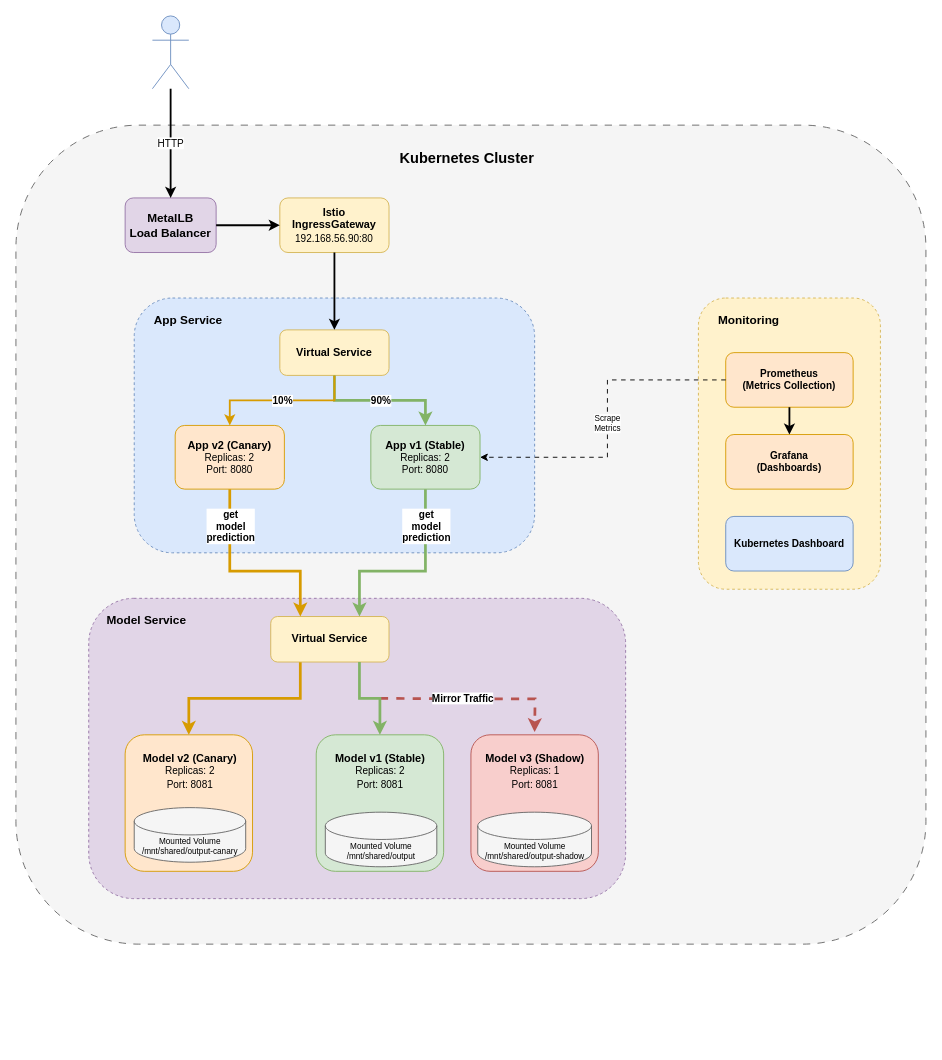
doda25-team15/operation keeps this draw.io diagram as docs/attachments/deployment-architecture.drawio. Above is the earlier version. Source tidied: cells renumbered, new cells numbered last; positions are measured from the earlier drawing's top-left corner, leaving out a move shared by most shapes. Both pictures are drawn from the tidied source at 91%, with x=0, y=0 at pixel (15, 15).
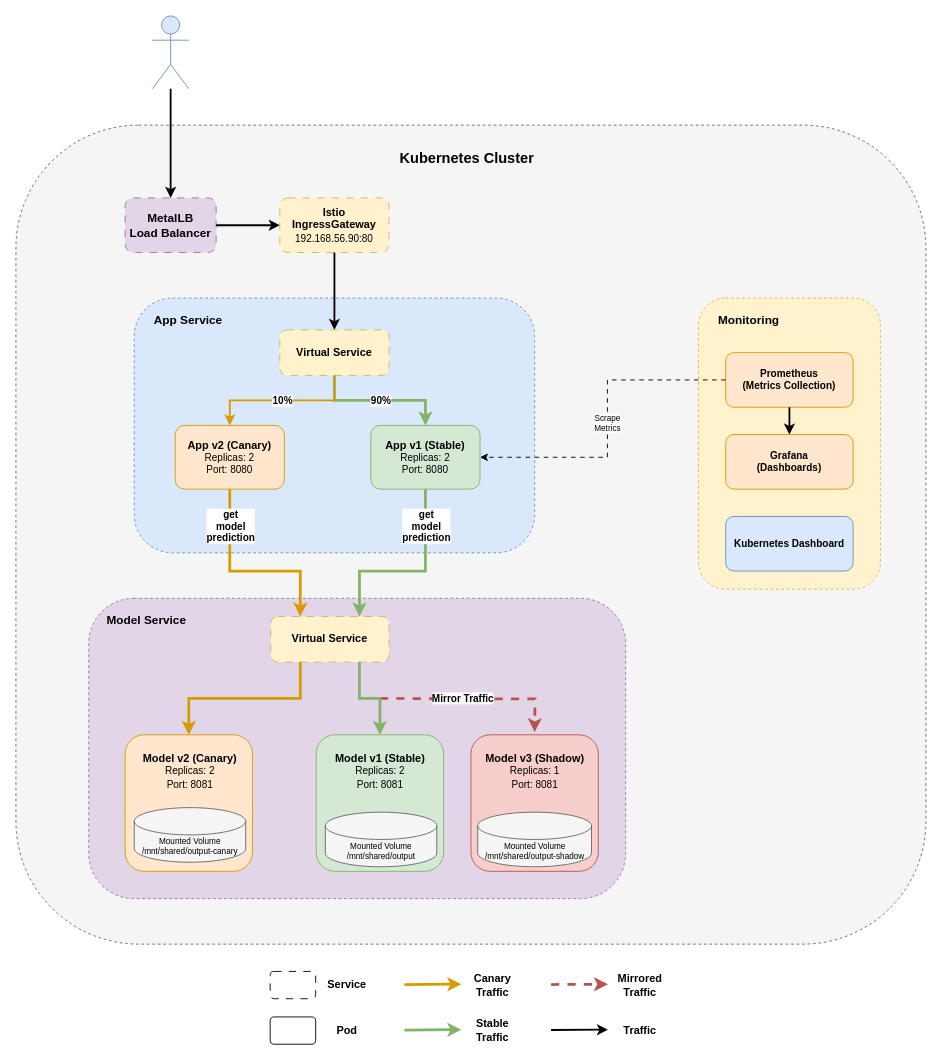
Above is the later version.

Unchanged cells that the change refers to:
```xml
<mxCell id="4" style="shape=umlActor;verticalLabelPosition=bottom;verticalAlign=top;html=1;outlineConnect=0;fillColor=#dae8fc;strokeColor=#6c8ebf;" parent="1" vertex="1">
  <mxGeometry x="150" width="40" height="80" as="geometry" />
</mxCell>
```

Diff of the diagram source:
```diff
@@
-    <mxCell id="2" style="rounded=1;whiteSpace=wrap;html=1;fillColor=#f5f5f5;strokeColor=#666666;verticalAlign=top;fontStyle=1;fontSize=14;dashed=1;dashPattern=8 8;" parent="1" vertex="1">
+    <mxCell id="2" style="rounded=1;whiteSpace=wrap;html=1;fillColor=#f5f5f5;strokeColor=#666666;verticalAlign=top;fontStyle=1;fontSize=14;dashed=1;" parent="1" vertex="1">
       <mxGeometry y="120" width="1000" height="900" as="geometry" />
     </mxCell>
@@
-    <mxCell id="5" value="Istio IngressGateway&lt;br&gt;&lt;span style=&quot;font-weight: 400; text-align: left;&quot;&gt;&lt;font style=&quot;font-size: 11px;&quot;&gt;192.168.56.90:80&lt;/font&gt;&lt;/span&gt;" style="rounded=1;whiteSpace=wrap;html=1;fillColor=#fff2cc;strokeColor=#d6b656;fontSize=12;fontStyle=1;" parent="1" vertex="1">
+    <mxCell id="5" value="Istio IngressGateway&lt;br&gt;&lt;span style=&quot;font-weight: 400; text-align: left;&quot;&gt;&lt;font style=&quot;font-size: 11px;&quot;&gt;192.168.56.90:80&lt;/font&gt;&lt;/span&gt;" style="rounded=1;whiteSpace=wrap;html=1;fillColor=#fff2cc;strokeColor=#d6b656;fontSize=12;fontStyle=1;dashed=1;dashPattern=8 8;" parent="1" vertex="1">
       <mxGeometry x="290" y="200" width="120" height="60" as="geometry" />
     </mxCell>
-    <mxCell id="6" value="&lt;font style=&quot;font-size: 13px;&quot;&gt;&lt;b&gt;MetalLB&lt;br&gt;Load Balancer&lt;/b&gt;&lt;/font&gt;" style="rounded=1;whiteSpace=wrap;html=1;fillColor=#e1d5e7;strokeColor=#9673a6;fontSize=11;" parent="1" vertex="1">
+    <mxCell id="6" value="&lt;font style=&quot;font-size: 13px;&quot;&gt;&lt;b&gt;MetalLB&lt;br&gt;Load Balancer&lt;/b&gt;&lt;/font&gt;" style="rounded=1;whiteSpace=wrap;html=1;fillColor=#e1d5e7;strokeColor=#9673a6;fontSize=11;dashed=1;dashPattern=8 8;" parent="1" vertex="1">
       <mxGeometry x="120" y="200" width="100" height="60" as="geometry" />
     </mxCell>
-    <mxCell id="7" value="HTTP" style="edgeStyle=orthogonalEdgeStyle;rounded=0;jettySize=auto;html=1;entryX=0.5;entryY=0;entryDx=0;entryDy=0;strokeWidth=2;fontSize=11;" parent="1" edge="1" source="4" target="6">
-      <mxGeometry relative="1" as="geometry" />
+    <mxCell id="7" style="edgeStyle=orthogonalEdgeStyle;rounded=0;jettySize=auto;html=1;entryX=0.5;entryY=0;entryDx=0;entryDy=0;strokeWidth=2;fontSize=11;" parent="1" edge="1" source="4" target="6">
+      <mxGeometry y="10" relative="1" as="geometry" />
     </mxCell>
@@
-    <mxCell id="11" value="&lt;b&gt;&lt;font style=&quot;font-size: 12px;&quot;&gt;Virtual Service&lt;/font&gt;&lt;/b&gt;" style="rounded=1;whiteSpace=wrap;html=1;fillColor=#fff2cc;strokeColor=#d6b656;fontSize=11;" parent="1" vertex="1">
+    <mxCell id="11" value="&lt;b&gt;&lt;font style=&quot;font-size: 12px;&quot;&gt;Virtual Service&lt;/font&gt;&lt;/b&gt;" style="rounded=1;whiteSpace=wrap;html=1;fillColor=#fff2cc;strokeColor=#d6b656;fontSize=11;dashed=1;dashPattern=8 8;" parent="1" vertex="1">
       <mxGeometry x="290" y="345" width="120" height="50" as="geometry" />
     </mxCell>
@@
-    <mxCell id="21" value="&lt;b&gt;&lt;font style=&quot;font-size: 12px;&quot;&gt;Virtual Service&lt;/font&gt;&lt;/b&gt;" style="rounded=1;whiteSpace=wrap;html=1;fillColor=#fff2cc;strokeColor=#d6b656;fontSize=11;" parent="1" vertex="1">
+    <mxCell id="21" value="&lt;b&gt;&lt;font style=&quot;font-size: 12px;&quot;&gt;Virtual Service&lt;/font&gt;&lt;/b&gt;" style="rounded=1;whiteSpace=wrap;html=1;fillColor=#fff2cc;strokeColor=#d6b656;fontSize=11;dashed=1;dashPattern=8 8;" parent="1" vertex="1">
       <mxGeometry x="280" y="660" width="130" height="50" as="geometry" />
     </mxCell>
@@
+    <mxCell id="44" style="rounded=1;whiteSpace=wrap;html=1;fontSize=11;dashed=1;dashPattern=8 8;" parent="1" vertex="1">
+      <mxGeometry x="279.4" y="1050" width="50" height="30" as="geometry" />
+    </mxCell>
+    <mxCell id="45" value="&lt;b&gt;Service&lt;/b&gt;" style="text;html=1;align=center;verticalAlign=middle;whiteSpace=wrap;rounded=0;" parent="1" vertex="1">
+      <mxGeometry x="329.4" y="1050" width="70" height="30" as="geometry" />
+    </mxCell>
+    <mxCell id="46" style="rounded=1;whiteSpace=wrap;html=1;fontSize=11;" parent="1" vertex="1">
+      <mxGeometry x="279.4" y="1100" width="50" height="30" as="geometry" />
+    </mxCell>
+    <mxCell id="47" value="&lt;b&gt;Pod&lt;/b&gt;" style="text;html=1;align=center;verticalAlign=middle;whiteSpace=wrap;rounded=0;" parent="1" vertex="1">
+      <mxGeometry x="329.4" y="1100" width="70" height="30" as="geometry" />
+    </mxCell>
+    <mxCell id="48" style="endArrow=classic;html=1;rounded=0;strokeWidth=3;fillColor=#ffe6cc;strokeColor=#d79b00;" parent="1" edge="1">
+      <mxGeometry relative="1" as="geometry">
+        <mxPoint x="426.9" y="1064.4" as="sourcePoint" />
+        <mxPoint x="489.4" y="1064" as="targetPoint" />
+      </mxGeometry>
+    </mxCell>
+    <mxCell id="49" value="&lt;b&gt;Canary Traffic&lt;/b&gt;" style="text;html=1;align=center;verticalAlign=middle;whiteSpace=wrap;rounded=0;" parent="1" vertex="1">
+      <mxGeometry x="489.4" y="1050" width="70" height="30" as="geometry" />
+    </mxCell>
+    <mxCell id="50" style="endArrow=classic;html=1;rounded=0;strokeWidth=3;fillColor=#d5e8d4;strokeColor=#82b366;" parent="1" edge="1">
+      <mxGeometry relative="1" as="geometry">
+        <mxPoint x="426.9" y="1114.4" as="sourcePoint" />
+        <mxPoint x="489.4" y="1114" as="targetPoint" />
+      </mxGeometry>
+    </mxCell>
+    <mxCell id="51" value="&lt;b&gt;Stable Traffic&lt;/b&gt;" style="text;html=1;align=center;verticalAlign=middle;whiteSpace=wrap;rounded=0;" parent="1" vertex="1">
+      <mxGeometry x="489.4" y="1100" width="70" height="30" as="geometry" />
+    </mxCell>
+    <mxCell id="52" style="endArrow=classic;html=1;rounded=0;strokeWidth=3;fillColor=#f8cecc;strokeColor=#b85450;dashed=1;" parent="1" edge="1">
+      <mxGeometry relative="1" as="geometry">
+        <mxPoint x="588.1" y="1064.4" as="sourcePoint" />
+        <mxPoint x="650.6" y="1064" as="targetPoint" />
+      </mxGeometry>
+    </mxCell>
+    <mxCell id="53" value="&lt;b&gt;Mirrored Traffic&lt;/b&gt;" style="text;html=1;align=center;verticalAlign=middle;whiteSpace=wrap;rounded=0;" parent="1" vertex="1">
+      <mxGeometry x="650.6" y="1050" width="70" height="30" as="geometry" />
+    </mxCell>
+    <mxCell id="54" style="endArrow=classic;html=1;rounded=0;strokeWidth=2;" parent="1" edge="1">
+      <mxGeometry relative="1" as="geometry">
+        <mxPoint x="588.1" y="1114.4" as="sourcePoint" />
+        <mxPoint x="650.6" y="1114" as="targetPoint" />
+      </mxGeometry>
+    </mxCell>
+    <mxCell id="55" value="&lt;b&gt;Traffic&lt;/b&gt;" style="text;html=1;align=center;verticalAlign=middle;whiteSpace=wrap;rounded=0;" parent="1" vertex="1">
+      <mxGeometry x="650.6" y="1100" width="70" height="30" as="geometry" />
+    </mxCell>
```
